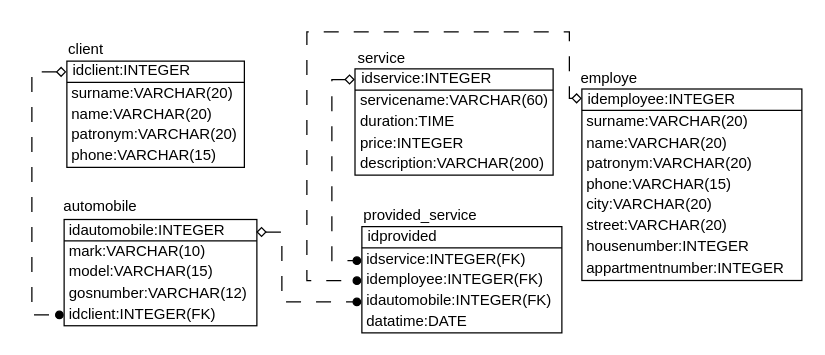
Above: Physic.drawio in Mejioy/SUBD (draw.io), before the change. Source tidied: cells renumbered, new cells numbered last; positions are measured from the earlier drawing's top-left corner, leaving out a move shared by most shapes. Both pictures are drawn from the tidied source at 125%, with x=0, y=0 at pixel (31, 31). Pictures stored in the file or linked from it are replaced by grey dashed boxes.
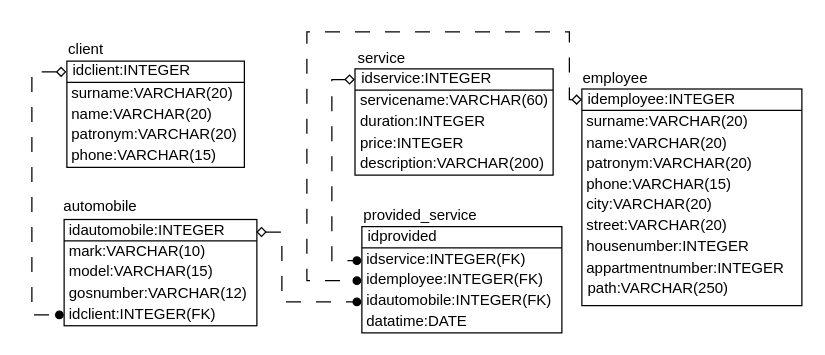
After the change.

The edit, as a diff of the source:
```diff
@@
     <mxCell id="20" style="rounded=0;whiteSpace=wrap;html=1;" parent="1" vertex="1">
-      <mxGeometry x="440" y="45.7" width="176" height="153.2" as="geometry" />
+      <mxGeometry x="440" y="45.7" width="176" height="173.3" as="geometry" />
     </mxCell>
@@
-    <mxCell id="22" value="employe" style="text;html=1;strokeColor=none;fillColor=none;align=center;verticalAlign=middle;whiteSpace=wrap;rounded=0;" parent="1" vertex="1">
-      <mxGeometry x="440" y="28.9" width="44" height="16.8" as="geometry" />
+    <mxCell id="22" value="employee" style="text;html=1;strokeColor=none;fillColor=none;align=center;verticalAlign=middle;whiteSpace=wrap;rounded=0;" parent="1" vertex="1">
+      <mxGeometry x="445" y="28.9" width="44" height="16.8" as="geometry" />
     </mxCell>
@@
-    <mxCell id="44" value="duration:TIME" style="text;html=1;strokeColor=none;fillColor=none;align=left;verticalAlign=middle;whiteSpace=wrap;rounded=0;" parent="1" vertex="1">
+    <mxCell id="44" value="duration:INTEGER" style="text;html=1;strokeColor=none;fillColor=none;align=left;verticalAlign=middle;whiteSpace=wrap;rounded=0;" parent="1" vertex="1">
       <mxGeometry x="260.5" y="63.4" width="96.5" height="16.8" as="geometry" />
     </mxCell>
@@
+    <mxCell id="52" value="path:VARCHAR(250)" style="text;html=1;strokeColor=none;fillColor=none;align=left;verticalAlign=middle;whiteSpace=wrap;rounded=0;" parent="1" vertex="1">
+      <mxGeometry x="443" y="196.9" width="130" height="16.8" as="geometry" />
+    </mxCell>
```
